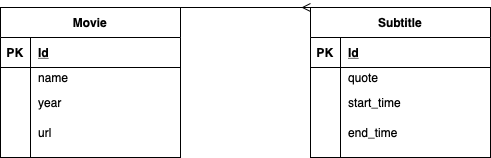
Before: doc/ER-diagramm.png, a diagram exported from draw.io (iu7dreamteam/Movie-quotes-backend). Source tidied: cells renumbered, new cells last; positions are measured from the earlier drawing's top-left corner, leaving out a move shared by most shapes.
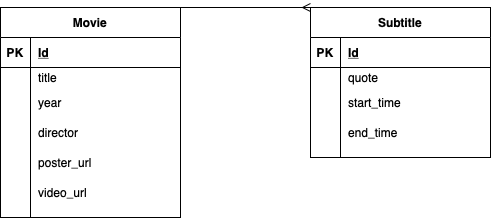
After the change.

The edit, as a diff of the source:
```diff
@@ -11,7 +11,7 @@
       </mxGeometry>
     </mxCell>
     <mxCell id="3" value="Movie" style="shape=table;startSize=30;rowLines=0;fontStyle=1;align=center;" parent="1" vertex="1">
-      <mxGeometry width="180" height="150" as="geometry" />
+      <mxGeometry width="180" height="210" as="geometry" />
     </mxCell>
     <mxCell id="4" style="shape=partialRectangle;fillColor=none;top=0;left=0;bottom=1;right=0;" parent="3" vertex="1">
       <mxGeometry y="30" width="180" height="30" as="geometry" />
@@ -28,7 +28,7 @@
     <mxCell id="8" style="shape=partialRectangle;fillColor=none;top=0;left=0;bottom=0;right=0;overflow=hidden;" parent="7" vertex="1">
       <mxGeometry width="30" height="20" as="geometry" />
     </mxCell>
-    <mxCell id="9" value="name" style="shape=partialRectangle;fillColor=none;top=0;left=0;bottom=0;right=0;align=left;spacingLeft=6;overflow=hidden;" parent="7" vertex="1">
+    <mxCell id="9" value="title" style="shape=partialRectangle;fillColor=none;top=0;left=0;bottom=0;right=0;align=left;spacingLeft=6;overflow=hidden;" parent="7" vertex="1">
       <mxGeometry x="30" width="150" height="20" as="geometry" />
     </mxCell>
     <mxCell id="10" style="shape=partialRectangle;fillColor=none;top=0;left=0;bottom=0;right=0;" parent="3" vertex="1">
@@ -46,7 +46,7 @@
     <mxCell id="14" style="shape=partialRectangle;fillColor=none;top=0;left=0;bottom=0;right=0;overflow=hidden;" parent="13" vertex="1">
       <mxGeometry width="30" height="30" as="geometry" />
     </mxCell>
-    <mxCell id="15" value="url" style="shape=partialRectangle;fillColor=none;top=0;left=0;bottom=0;right=0;align=left;spacingLeft=6;overflow=hidden;" parent="13" vertex="1">
+    <mxCell id="15" value="director" style="shape=partialRectangle;fillColor=none;top=0;left=0;bottom=0;right=0;align=left;spacingLeft=6;overflow=hidden;" parent="13" vertex="1">
       <mxGeometry x="30" width="150" height="30" as="geometry" />
     </mxCell>
     <mxCell id="16" value="Subtitle" style="shape=table;startSize=30;rowLines=0;fontStyle=1;align=center;" parent="1" vertex="1">
@@ -88,5 +88,23 @@
     <mxCell id="28" value="end_time" style="shape=partialRectangle;fillColor=none;top=0;left=0;bottom=0;right=0;align=left;spacingLeft=6;overflow=hidden;" parent="26" vertex="1">
       <mxGeometry x="30" width="150" height="30" as="geometry" />
     </mxCell>
+    <mxCell id="29" style="shape=partialRectangle;fillColor=none;top=0;left=0;bottom=0;right=0;" parent="1" vertex="1">
+      <mxGeometry y="140" width="180" height="30" as="geometry" />
+    </mxCell>
+    <mxCell id="30" style="shape=partialRectangle;fillColor=none;top=0;left=0;bottom=0;right=0;overflow=hidden;" parent="29" vertex="1">
+      <mxGeometry width="30" height="30" as="geometry" />
+    </mxCell>
+    <mxCell id="31" value="poster_url" style="shape=partialRectangle;fillColor=none;top=0;left=0;bottom=0;right=0;align=left;spacingLeft=6;overflow=hidden;" parent="29" vertex="1">
+      <mxGeometry x="30" width="150" height="30" as="geometry" />
+    </mxCell>
+    <mxCell id="32" style="shape=partialRectangle;fillColor=none;top=0;left=0;bottom=0;right=0;" parent="1" vertex="1">
+      <mxGeometry y="170" width="180" height="30" as="geometry" />
+    </mxCell>
+    <mxCell id="33" style="shape=partialRectangle;fillColor=none;top=0;left=0;bottom=0;right=0;overflow=hidden;" parent="32" vertex="1">
+      <mxGeometry width="30" height="30" as="geometry" />
+    </mxCell>
+    <mxCell id="34" value="video_url" style="shape=partialRectangle;fillColor=none;top=0;left=0;bottom=0;right=0;align=left;spacingLeft=6;overflow=hidden;" parent="32" vertex="1">
+      <mxGeometry x="30" width="150" height="30" as="geometry" />
+    </mxCell>
   </root>
 </mxGraphModel>
```
